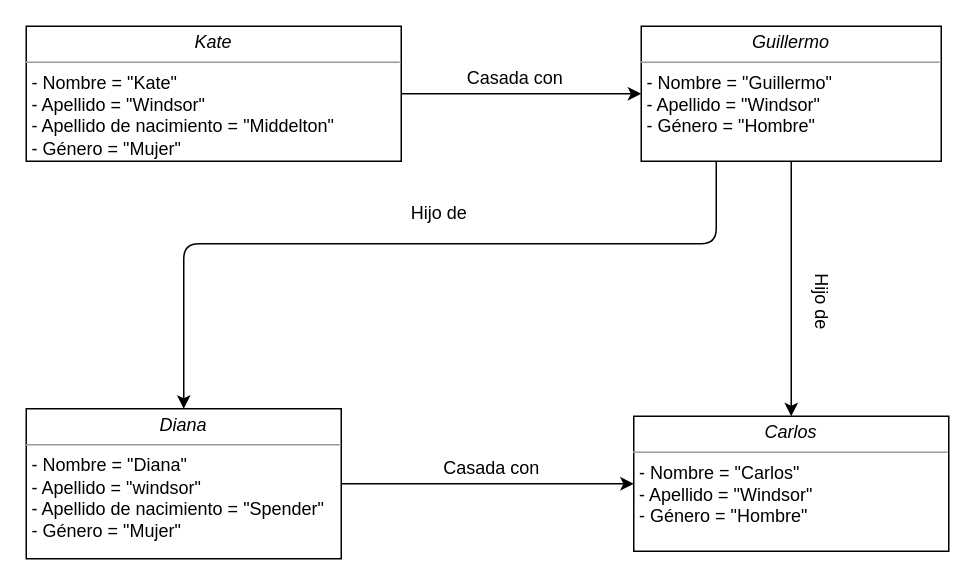
Earlier version of the draw.io diagram ejercicio2.drawio (mgonzalz/ejercicios_grupales). Source tidied: cells renumbered, new cells numbered last; positions are measured from the earlier drawing's top-left corner, leaving out a move shared by most shapes. Both pictures are drawn from the tidied source at 150%, with x=0, y=0 at pixel (26, 26).
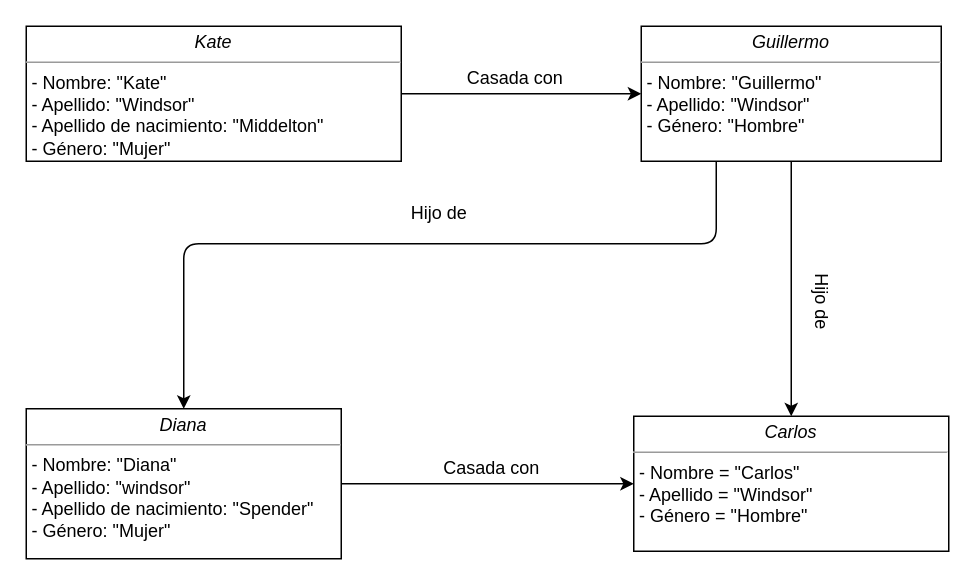
The same diagram, later.

What changed in the source:
```diff
@@
 <mxGraphModel>
   <root>
     <mxCell id="0" />
     <mxCell id="1" parent="0" />
     <mxCell id="2" style="edgeStyle=none;html=1;entryX=0;entryY=0.5;entryDx=0;entryDy=0;" parent="1" edge="1" source="3" target="6">
       <mxGeometry relative="1" as="geometry" />
     </mxCell>
-    <mxCell id="3" value="&lt;p style=&quot;margin: 0px ; margin-top: 4px ; text-align: center&quot;&gt;&lt;i&gt;Kate&lt;/i&gt;&lt;/p&gt;&lt;hr size=&quot;1&quot;&gt;&lt;p style=&quot;margin: 0px ; margin-left: 4px&quot;&gt;- Nombre = &quot;Kate&quot;&lt;/p&gt;&lt;p style=&quot;margin: 0px ; margin-left: 4px&quot;&gt;- Apellido = &quot;Windsor&quot;&lt;/p&gt;&lt;p style=&quot;margin: 0px ; margin-left: 4px&quot;&gt;- Apellido de nacimiento = &quot;Middelton&quot;&lt;/p&gt;&lt;p style=&quot;margin: 0px ; margin-left: 4px&quot;&gt;- Género = &quot;Mujer&quot;&lt;/p&gt;&lt;p style=&quot;margin: 0px ; margin-left: 4px&quot;&gt;&lt;br&gt;&lt;/p&gt;" style="verticalAlign=top;align=left;overflow=fill;fontSize=12;fontFamily=Helvetica;html=1;" parent="1" vertex="1">
+    <mxCell id="3" value="&lt;p style=&quot;margin: 0px ; margin-top: 4px ; text-align: center&quot;&gt;&lt;i&gt;Kate&lt;/i&gt;&lt;/p&gt;&lt;hr size=&quot;1&quot;&gt;&lt;p style=&quot;margin: 0px ; margin-left: 4px&quot;&gt;- Nombre: &quot;Kate&quot;&lt;/p&gt;&lt;p style=&quot;margin: 0px ; margin-left: 4px&quot;&gt;- Apellido: &quot;Windsor&quot;&lt;/p&gt;&lt;p style=&quot;margin: 0px ; margin-left: 4px&quot;&gt;- Apellido de nacimiento: &quot;Middelton&quot;&lt;/p&gt;&lt;p style=&quot;margin: 0px ; margin-left: 4px&quot;&gt;- Género: &quot;Mujer&quot;&lt;/p&gt;&lt;p style=&quot;margin: 0px ; margin-left: 4px&quot;&gt;&lt;br&gt;&lt;/p&gt;" style="verticalAlign=top;align=left;overflow=fill;fontSize=12;fontFamily=Helvetica;html=1;" parent="1" vertex="1">
       <mxGeometry width="250" height="90" as="geometry" />
     </mxCell>
     <mxCell id="4" style="edgeStyle=none;html=1;entryX=0.5;entryY=0;entryDx=0;entryDy=0;" parent="1" edge="1" source="6" target="8">
       <mxGeometry relative="1" as="geometry" />
     </mxCell>
     <mxCell id="5" style="edgeStyle=none;html=1;exitX=0.25;exitY=1;exitDx=0;exitDy=0;entryX=0.5;entryY=0;entryDx=0;entryDy=0;" parent="1" edge="1" source="6" target="10">
       <mxGeometry relative="1" as="geometry">
         <Array as="points">
           <mxPoint x="460" y="145" />
           <mxPoint x="105" y="145" />
         </Array>
       </mxGeometry>
     </mxCell>
-    <mxCell id="6" value="&lt;p style=&quot;margin: 0px ; margin-top: 4px ; text-align: center&quot;&gt;&lt;i&gt;Guillermo&lt;/i&gt;&lt;/p&gt;&lt;hr size=&quot;1&quot;&gt;&lt;p style=&quot;margin: 0px ; margin-left: 4px&quot;&gt;- Nombre = &quot;Guillermo&quot;&lt;/p&gt;&lt;p style=&quot;margin: 0px ; margin-left: 4px&quot;&gt;- Apellido = &quot;Windsor&quot;&lt;/p&gt;&lt;p style=&quot;margin: 0px ; margin-left: 4px&quot;&gt;- Género = &quot;Hombre&quot;&lt;/p&gt;&lt;p style=&quot;margin: 0px ; margin-left: 4px&quot;&gt;&lt;br&gt;&lt;/p&gt;" style="verticalAlign=top;align=left;overflow=fill;fontSize=12;fontFamily=Helvetica;html=1;" parent="1" vertex="1">
+    <mxCell id="6" value="&lt;p style=&quot;margin: 0px ; margin-top: 4px ; text-align: center&quot;&gt;&lt;i&gt;Guillermo&lt;/i&gt;&lt;/p&gt;&lt;hr size=&quot;1&quot;&gt;&lt;p style=&quot;margin: 0px ; margin-left: 4px&quot;&gt;- Nombre: &quot;Guillermo&quot;&lt;/p&gt;&lt;p style=&quot;margin: 0px ; margin-left: 4px&quot;&gt;- Apellido: &quot;Windsor&quot;&lt;/p&gt;&lt;p style=&quot;margin: 0px ; margin-left: 4px&quot;&gt;- Género: &quot;Hombre&quot;&lt;/p&gt;&lt;p style=&quot;margin: 0px ; margin-left: 4px&quot;&gt;&lt;br&gt;&lt;/p&gt;" style="verticalAlign=top;align=left;overflow=fill;fontSize=12;fontFamily=Helvetica;html=1;" parent="1" vertex="1">
       <mxGeometry x="410" width="200" height="90" as="geometry" />
     </mxCell>
     <mxCell id="7" value="&amp;nbsp;Casada con" style="text;html=1;align=center;verticalAlign=middle;strokeColor=none;fillColor=none;" parent="1" vertex="1">
       <mxGeometry x="284" y="25" width="80" height="20" as="geometry" />
     </mxCell>
     <mxCell id="8" value="&lt;p style=&quot;margin: 0px ; margin-top: 4px ; text-align: center&quot;&gt;&lt;i&gt;Carlos&lt;/i&gt;&lt;/p&gt;&lt;hr size=&quot;1&quot;&gt;&lt;p style=&quot;margin: 0px ; margin-left: 4px&quot;&gt;- Nombre = &quot;Carlos&quot;&lt;/p&gt;&lt;p style=&quot;margin: 0px ; margin-left: 4px&quot;&gt;- Apellido = &quot;Windsor&quot;&lt;/p&gt;&lt;p style=&quot;margin: 0px ; margin-left: 4px&quot;&gt;- Género = &quot;Hombre&quot;&lt;/p&gt;&lt;p style=&quot;margin: 0px ; margin-left: 4px&quot;&gt;&lt;br&gt;&lt;/p&gt;" style="verticalAlign=top;align=left;overflow=fill;fontSize=12;fontFamily=Helvetica;html=1;" parent="1" vertex="1">
       <mxGeometry x="405" y="260" width="210" height="90" as="geometry" />
     </mxCell>
     <mxCell id="9" style="edgeStyle=none;html=1;entryX=0;entryY=0.5;entryDx=0;entryDy=0;" parent="1" edge="1" source="10" target="8">
       <mxGeometry relative="1" as="geometry" />
     </mxCell>
-    <mxCell id="10" value="&lt;p style=&quot;margin: 0px ; margin-top: 4px ; text-align: center&quot;&gt;&lt;i&gt;Diana&lt;/i&gt;&lt;/p&gt;&lt;hr size=&quot;1&quot;&gt;&lt;p style=&quot;margin: 0px ; margin-left: 4px&quot;&gt;- Nombre = &quot;Diana&quot;&lt;/p&gt;&lt;p style=&quot;margin: 0px ; margin-left: 4px&quot;&gt;- Apellido = &quot;windsor&quot;&lt;/p&gt;&lt;p style=&quot;margin: 0px ; margin-left: 4px&quot;&gt;- Apellido de nacimiento = &quot;Spender&quot;&lt;/p&gt;&lt;p style=&quot;margin: 0px ; margin-left: 4px&quot;&gt;- Género = &quot;Mujer&quot;&lt;/p&gt;" style="verticalAlign=top;align=left;overflow=fill;fontSize=12;fontFamily=Helvetica;html=1;" parent="1" vertex="1">
+    <mxCell id="10" value="&lt;p style=&quot;margin: 0px ; margin-top: 4px ; text-align: center&quot;&gt;&lt;i&gt;Diana&lt;/i&gt;&lt;/p&gt;&lt;hr size=&quot;1&quot;&gt;&lt;p style=&quot;margin: 0px ; margin-left: 4px&quot;&gt;- Nombre: &quot;Diana&quot;&lt;/p&gt;&lt;p style=&quot;margin: 0px ; margin-left: 4px&quot;&gt;- Apellido: &quot;windsor&quot;&lt;/p&gt;&lt;p style=&quot;margin: 0px ; margin-left: 4px&quot;&gt;- Apellido de nacimiento: &quot;Spender&quot;&lt;/p&gt;&lt;p style=&quot;margin: 0px ; margin-left: 4px&quot;&gt;- Género: &quot;Mujer&quot;&lt;/p&gt;" style="verticalAlign=top;align=left;overflow=fill;fontSize=12;fontFamily=Helvetica;html=1;" parent="1" vertex="1">
       <mxGeometry y="255" width="210" height="100" as="geometry" />
     </mxCell>
     <mxCell id="11" value="Casada con" style="text;html=1;align=center;verticalAlign=middle;strokeColor=none;fillColor=none;" parent="1" vertex="1">
       <mxGeometry x="270" y="285" width="80" height="20" as="geometry" />
     </mxCell>
     <mxCell id="12" value="Hijo de&amp;nbsp;" style="text;html=1;align=center;verticalAlign=middle;strokeColor=none;fillColor=none;rotation=90;" parent="1" vertex="1">
       <mxGeometry x="500" y="175" width="60" height="20" as="geometry" />
     </mxCell>
     <mxCell id="13" value="Hijo de" style="text;html=1;align=center;verticalAlign=middle;strokeColor=none;fillColor=none;" parent="1" vertex="1">
       <mxGeometry x="250" y="115" width="50" height="20" as="geometry" />
     </mxCell>
   </root>
 </mxGraphModel>
```
